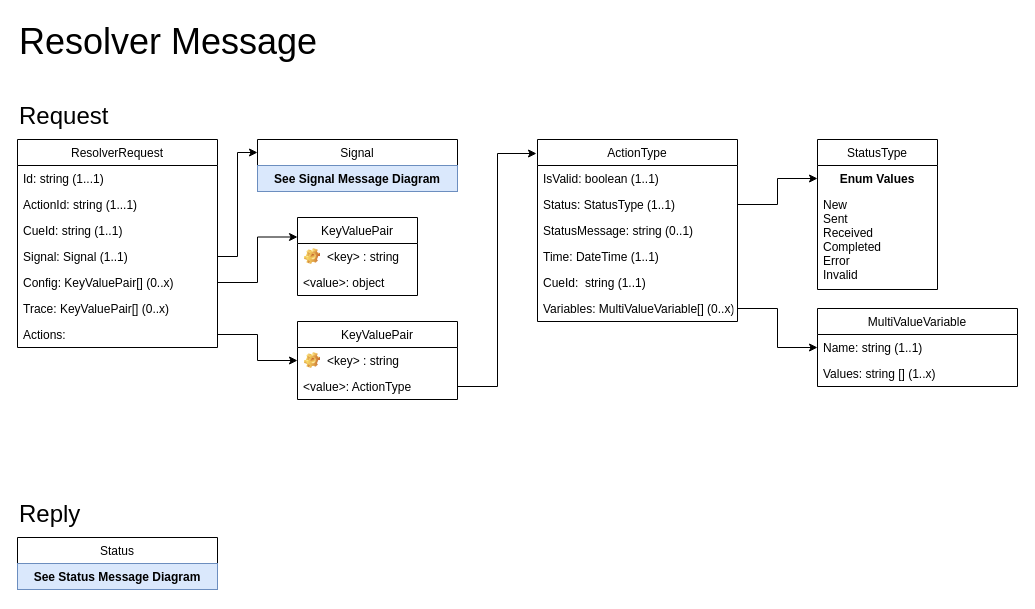
Earlier version of the draw.io diagram docs/resources/draw.io/ClassDiagram-ResolverMessage.drawio (SynapseProject/syntinel.docs). Source tidied: cells renumbered, new cells numbered last; positions are measured from the earlier drawing's top-left corner, leaving out a move shared by most shapes. Both pictures are drawn from the tidied source at 100%, with x=0, y=0 at pixel (17, 17).
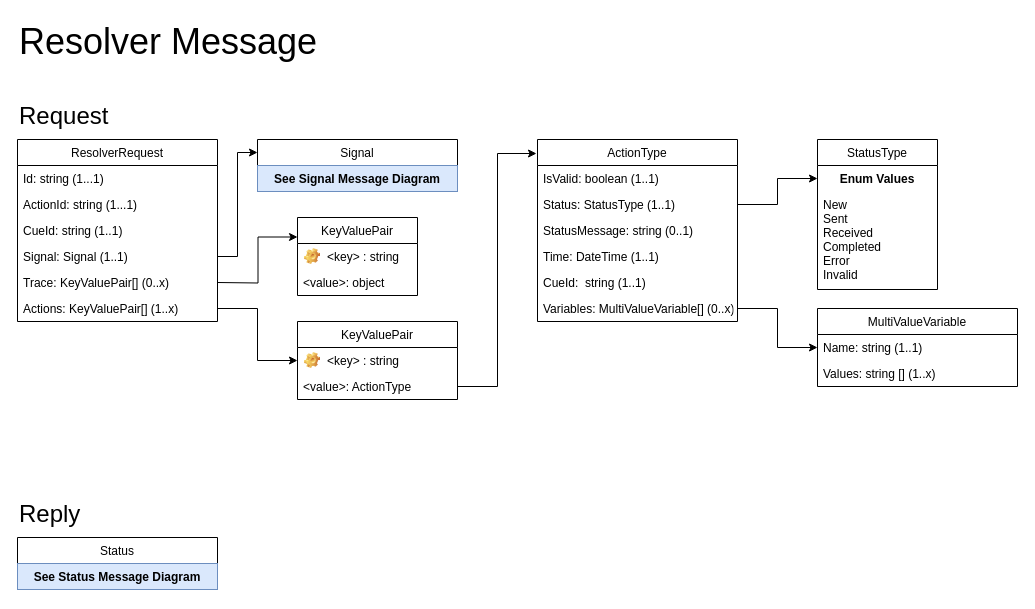
The same diagram, later.

Commit message (it also covers changes not shown here):
Updated docs to show removal of "Config" from ResolverRequest.

The change refers to these unchanged cells:
```xml
<mxCell id="20" value="KeyValuePair" style="swimlane;fontStyle=0;horizontal=1;startSize=26;fillColor=none;" parent="1" vertex="1">
  <mxGeometry x="280" y="200" width="120" height="78" as="geometry" />
</mxCell>
```

What changed in the source:
```diff
@@
     <mxCell id="2" value="ResolverRequest" style="swimlane;fontStyle=0;horizontal=1;startSize=26;fillColor=none;" parent="1" vertex="1">
-      <mxGeometry y="122" width="200" height="208" as="geometry" />
+      <mxGeometry y="122" width="200" height="182" as="geometry" />
     </mxCell>
@@
-    <mxCell id="7" value="Config: KeyValuePair[] (0..x)" style="text;strokeColor=none;fillColor=none;align=left;verticalAlign=top;spacingLeft=4;spacingRight=4;overflow=hidden;points=[[0,0.5],[1,0.5]];portConstraint=eastwest;" parent="2" vertex="1">
-      <mxGeometry y="130" width="200" height="26" as="geometry" />
-    </mxCell>
     <mxCell id="8" value="Trace: KeyValuePair[] (0..x)" style="text;strokeColor=none;fillColor=none;align=left;verticalAlign=top;spacingLeft=4;spacingRight=4;overflow=hidden;" parent="2" vertex="1">
-      <mxGeometry y="156" width="200" height="26" as="geometry" />
+      <mxGeometry y="130" width="200" height="26" as="geometry" />
     </mxCell>
-    <mxCell id="9" value="Actions: " style="text;strokeColor=none;fillColor=none;align=left;verticalAlign=top;spacingLeft=4;spacingRight=4;overflow=hidden;points=[[0,0.5],[1,0.5]];portConstraint=eastwest;" parent="2" vertex="1">
-      <mxGeometry y="182" width="200" height="26" as="geometry" />
+    <mxCell id="9" value="Actions: KeyValuePair[] (1..x)" style="text;strokeColor=none;fillColor=none;align=left;verticalAlign=top;spacingLeft=4;spacingRight=4;overflow=hidden;points=[[0,0.5],[1,0.5]];portConstraint=eastwest;" parent="2" vertex="1">
+      <mxGeometry y="156" width="200" height="26" as="geometry" />
     </mxCell>
@@
-    <mxCell id="19" style="edgeStyle=orthogonalEdgeStyle;rounded=0;jettySize=auto;html=1;exitX=1;exitY=0.5;exitDx=0;exitDy=0;entryX=0;entryY=0.25;entryDx=0;entryDy=0;" parent="1" edge="1" source="7" target="20">
-      <mxGeometry relative="1" as="geometry" />
+    <mxCell id="19" style="edgeStyle=orthogonalEdgeStyle;rounded=0;jettySize=auto;html=1;exitX=1;exitY=0.5;exitDx=0;exitDy=0;entryX=0;entryY=0.25;entryDx=0;entryDy=0;" parent="1" edge="1" target="20">
+      <mxGeometry relative="1" as="geometry">
+        <mxPoint x="200" y="265" as="sourcePoint" />
+      </mxGeometry>
     </mxCell>
```
